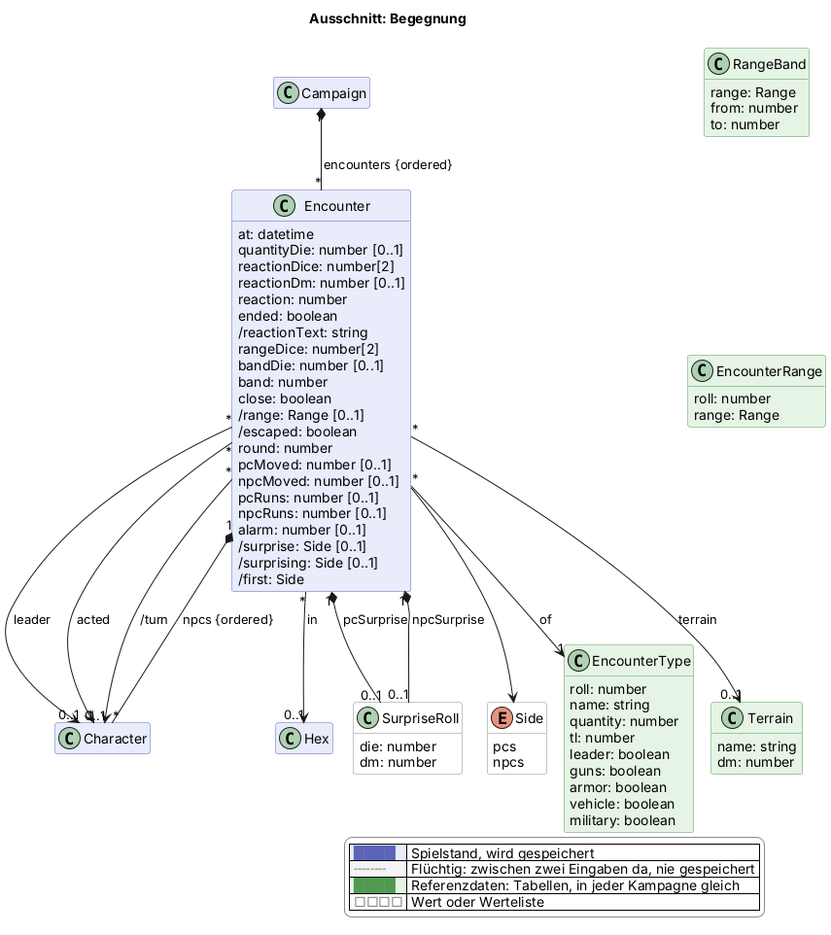
Above: docs/views/begegnung.png in scuzzar/SRE (PlantUML), before the change.
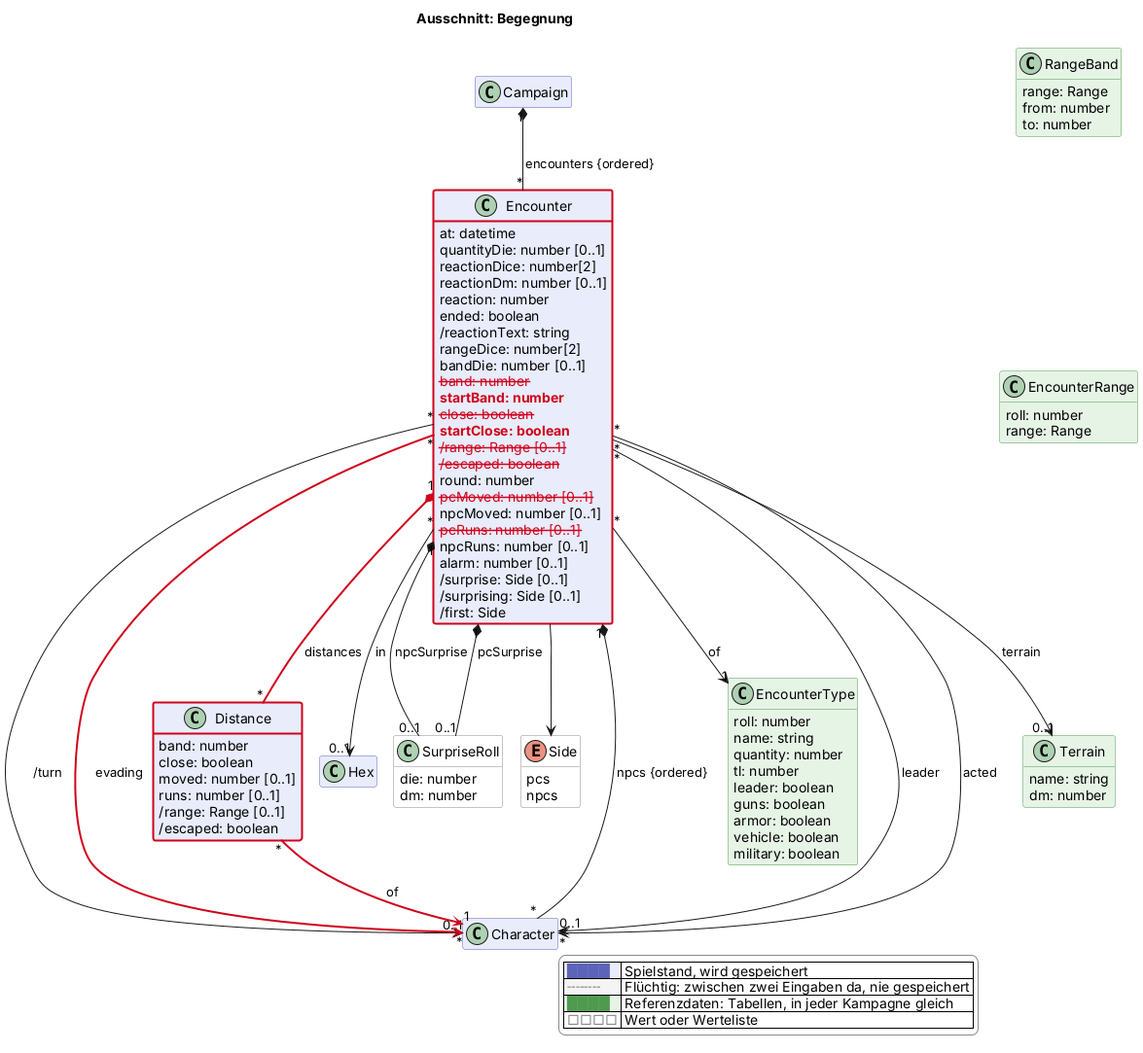
Later version of the same file.

Change to the diagram source:
```diff
@@ -83,19 +83,29 @@
     /reactionText: string
     rangeDice: number[2]
     bandDie: number [0..1]
-    band: number
-    close: boolean
-    /range: Range [0..1]
-    /escaped: boolean
+    $gone("2026-11-08d", "band: number")
+    $new("2026-11-08d", "startBand: number")
+    $gone("2026-11-08d", "close: boolean")
+    $new("2026-11-08d", "startClose: boolean")
+    $gone("2026-11-08d", "/range: Range [0..1]")
+    $gone("2026-11-08d", "/escaped: boolean")
     round: number
-    pcMoved: number [0..1]
+    $gone("2026-11-08d", "pcMoved: number [0..1]")
     npcMoved: number [0..1]
-    pcRuns: number [0..1]
+    $gone("2026-11-08d", "pcRuns: number [0..1]")
     npcRuns: number [0..1]
     alarm: number [0..1]
     /surprise: Side [0..1]
     /surprising: Side [0..1]
     /first: Side
+  }
+  class Distance $begegnung $newClass("2026-11-08d") {
+    band: number
+    close: boolean
+    moved: number [0..1]
+    runs: number [0..1]
+    /range: Range [0..1]
+    /escaped: boolean
   }
   class SurpriseRoll <<value>> $begegnung {
     die: number
@@ -153,6 +163,9 @@
 Encounter "*" --> "0..1" Character : leader
 Encounter "*" --> "*" Character : acted
 Encounter "*" --> "0..1" Character : /turn
+Encounter "1" *-$newArrow("2026-11-08d")- "*" Distance : distances
+Distance "*" -$newArrow("2026-11-08d")-> "1" Character : of
+Encounter "*" -$newArrow("2026-11-08d")-> "*" Character : evading
 
 
 
@@ -162,4 +175,5 @@
   |<#e6f4e6> <color:#4f9a4f>████</color> | Referenzdaten: Tabellen, in jeder Kampagne gleich |
   |<#ffffff> <color:#8a8a8a>□□□□</color> | Wert oder Werteliste |
 endlegend
+class Encounter #line:d0021b;line.bold
 @enduml
```
